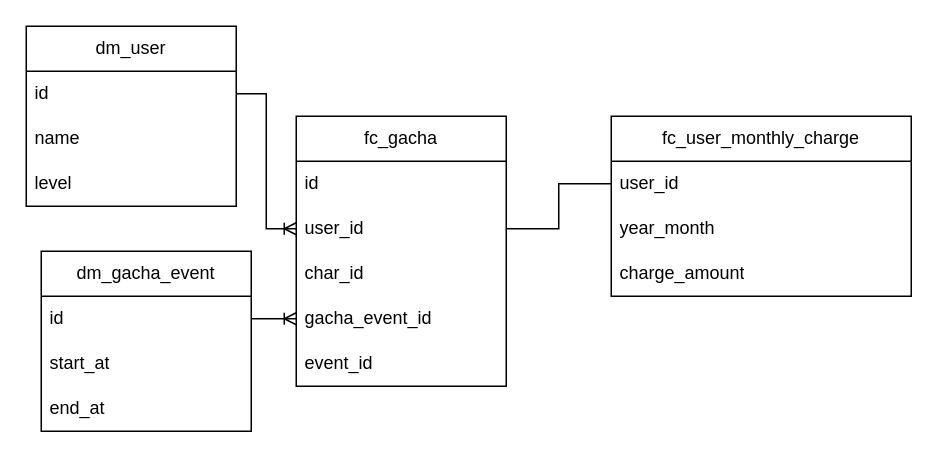
This is docs/dbt-gacha02.drawio from MokkeMeguru/dbt-challenge, a draw.io file, before an edit. Source tidied: cells renumbered, new cells numbered last; positions are measured from the earlier drawing's top-left corner, leaving out a move shared by most shapes. Both pictures are drawn from the tidied source at 150%, with x=0, y=0 at pixel (26, 26).
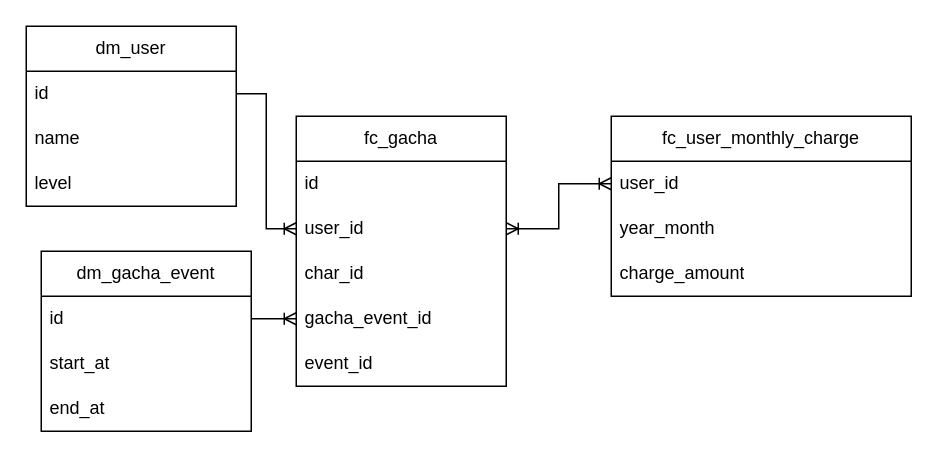
The same diagram, later.

Commit message:
dbt-gacha02.drawio を更新します

Unchanged cells that the change refers to:
```xml
<mxCell id="4" value="user_id" style="text;strokeColor=none;fillColor=none;align=left;verticalAlign=middle;spacingLeft=4;spacingRight=4;overflow=hidden;points=[[0,0.5],[1,0.5]];portConstraint=eastwest;whiteSpace=wrap;html=1;" parent="2" vertex="1">
  <mxGeometry y="60" width="140" height="30" as="geometry" />
</mxCell>
<mxCell id="9" value="user_id" style="text;strokeColor=none;fillColor=none;align=left;verticalAlign=middle;spacingLeft=4;spacingRight=4;overflow=hidden;points=[[0,0.5],[1,0.5]];portConstraint=eastwest;whiteSpace=wrap;html=1;" parent="8" vertex="1">
  <mxGeometry y="30" width="200" height="30" as="geometry" />
</mxCell>
```

The edit, as a diff of the source:
```diff
@@
-    <mxCell id="12" style="edgeStyle=orthogonalEdgeStyle;rounded=0;jettySize=auto;html=1;exitX=1;exitY=0.5;exitDx=0;exitDy=0;entryX=0;entryY=0.5;entryDx=0;entryDy=0;endArrow=none;endFill=0;" parent="1" edge="1" source="4" target="9">
+    <mxCell id="12" style="edgeStyle=orthogonalEdgeStyle;rounded=0;jettySize=auto;html=1;exitX=1;exitY=0.5;exitDx=0;exitDy=0;entryX=0;entryY=0.5;entryDx=0;entryDy=0;endArrow=ERoneToMany;endFill=0;startArrow=ERoneToMany;startFill=0;" parent="1" edge="1" source="4" target="9">
       <mxGeometry relative="1" as="geometry" />
     </mxCell>
```
